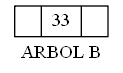
hr9457/EDD_1S2020_PY2_201314296 keeps this Graphviz diagram as EDD_Proyecto2/Reportes/B.png. Above is the earlier version. Its source is kept beside it as EDD_Proyecto2/ArchivosDot/B.dot. The source it was exported from:
```dot
digraph B{
nodesep=0.08;
node [shape=record,width=0.1,height=0.1];
nodo33[label="<h0>| 33| <h1>" ];
label = " ARBOL B ";
}
```
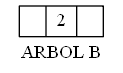
Later version of the same file.

What changed in the source:
```diff
@@ -1,6 +1,6 @@
 digraph B{
 nodesep=0.08;
 node [shape=record,width=0.1,height=0.1];
-nodo33[label="<h0>| 33| <h1>" ];
+nodo2[label="<h0>| 2| <h1>" ];
 label = " ARBOL B ";
 }
```
